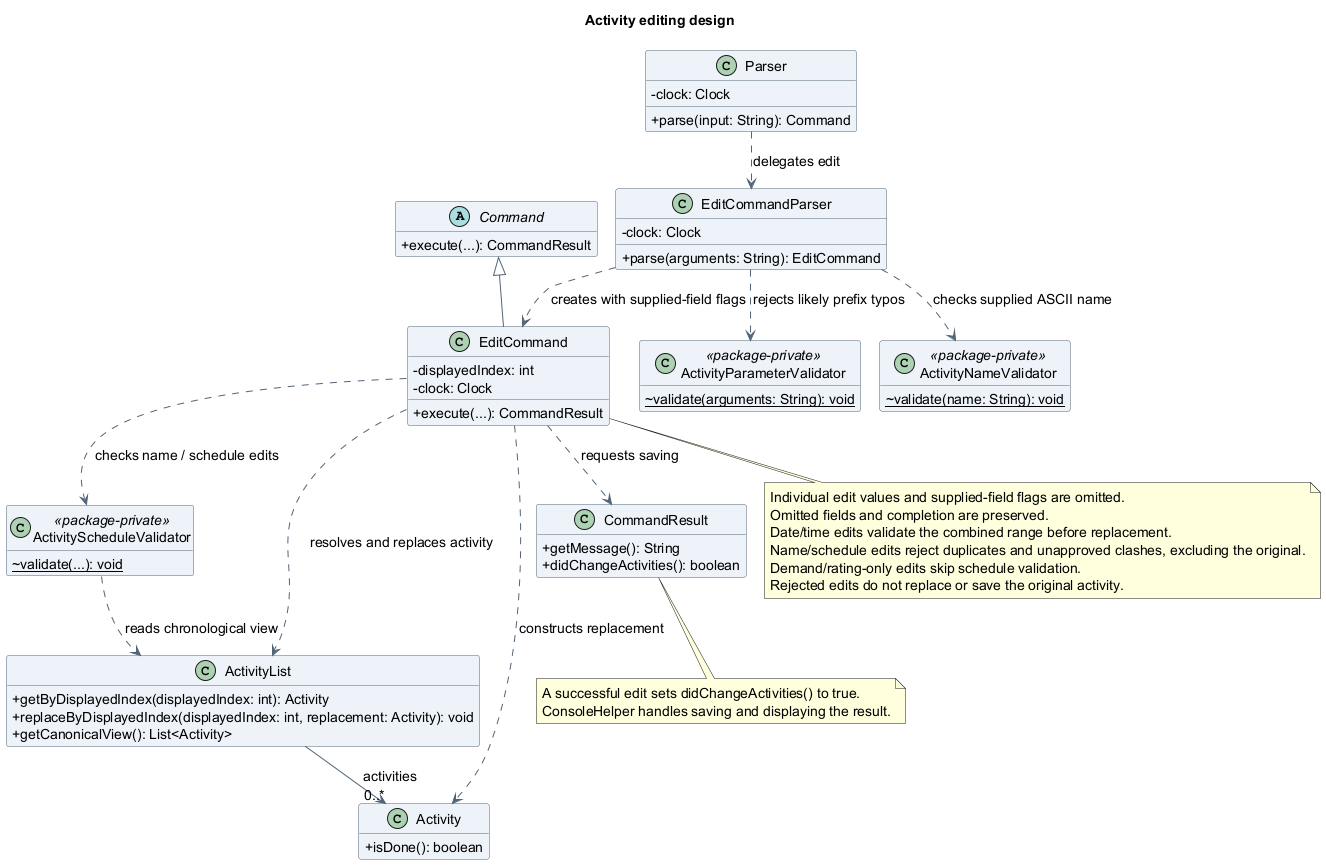
Earlier version of the PlantUML export docs/images/oliver/class/EditActivityClassDiagram.png (AY2627S1-CS2113-T10-4/tp).
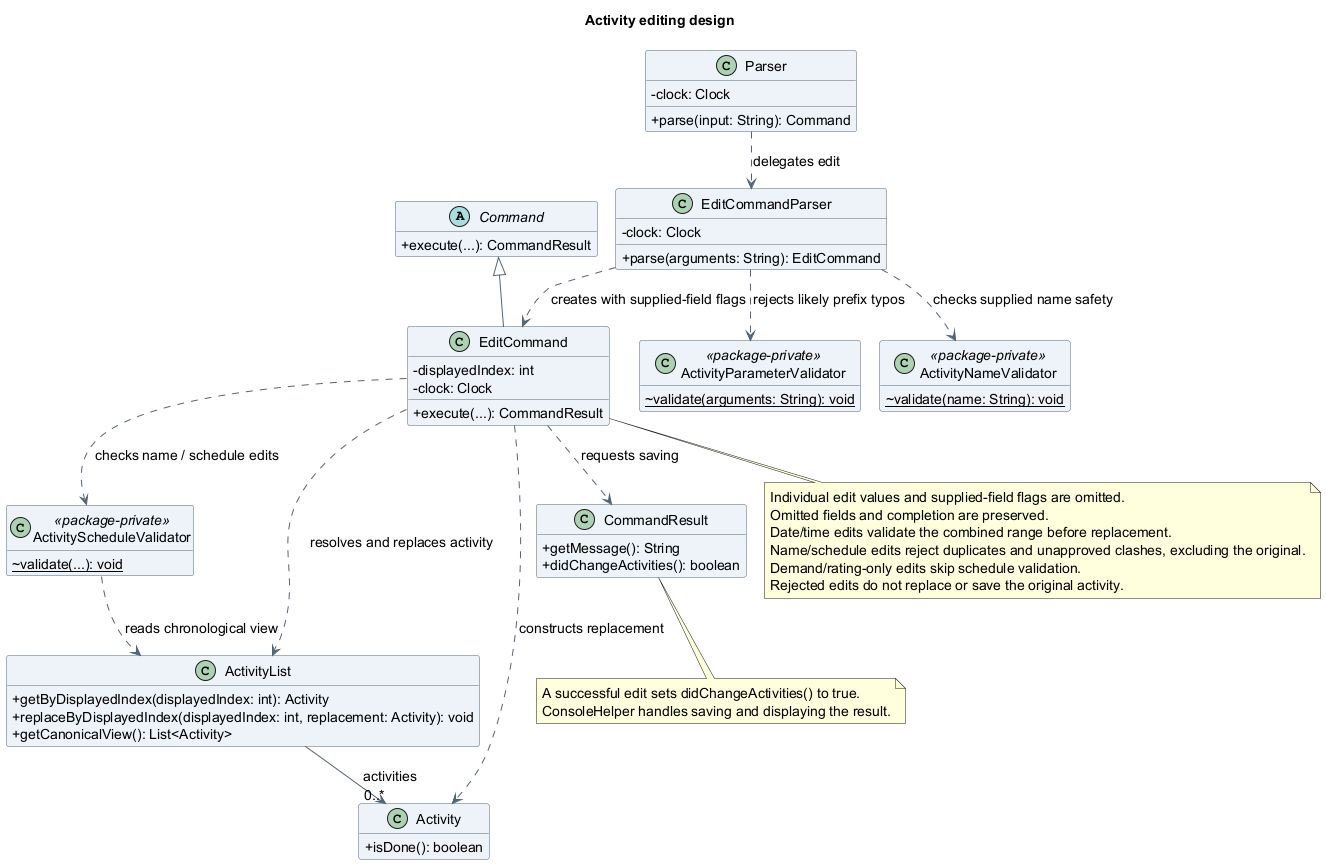
The same file after the commit.

Diff of the diagram source:
```diff
@@ -52,7 +52,7 @@
 Command <|-- EditCommand
 Parser ..> EditCommandParser : delegates edit
 EditCommandParser ..> EditCommand : creates with supplied-field flags
-EditCommandParser ..> ActivityNameValidator : checks supplied ASCII name
+EditCommandParser ..> ActivityNameValidator : checks supplied name safety
 EditCommandParser ..> ActivityParameterValidator : rejects likely prefix typos
 EditCommand ..> ActivityScheduleValidator : checks name / schedule edits
 ActivityScheduleValidator ..> ActivityList : reads chronological view
```
